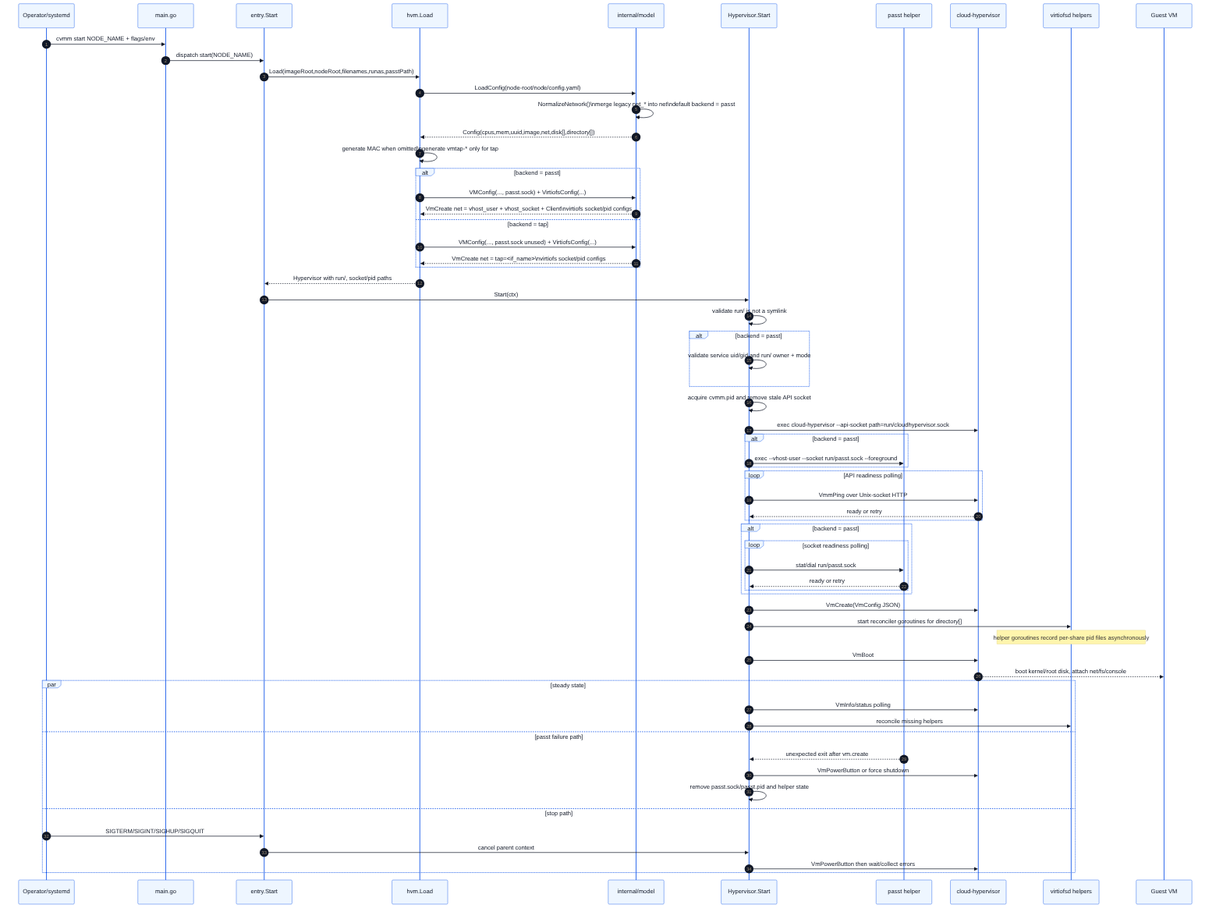
This is docs/diagrams/request-decision-flow.png from spi-ca/cvmm, a Mermaid export, as it was before one commit. Its source is kept beside it as docs/diagrams/request-decision-flow.mmd.
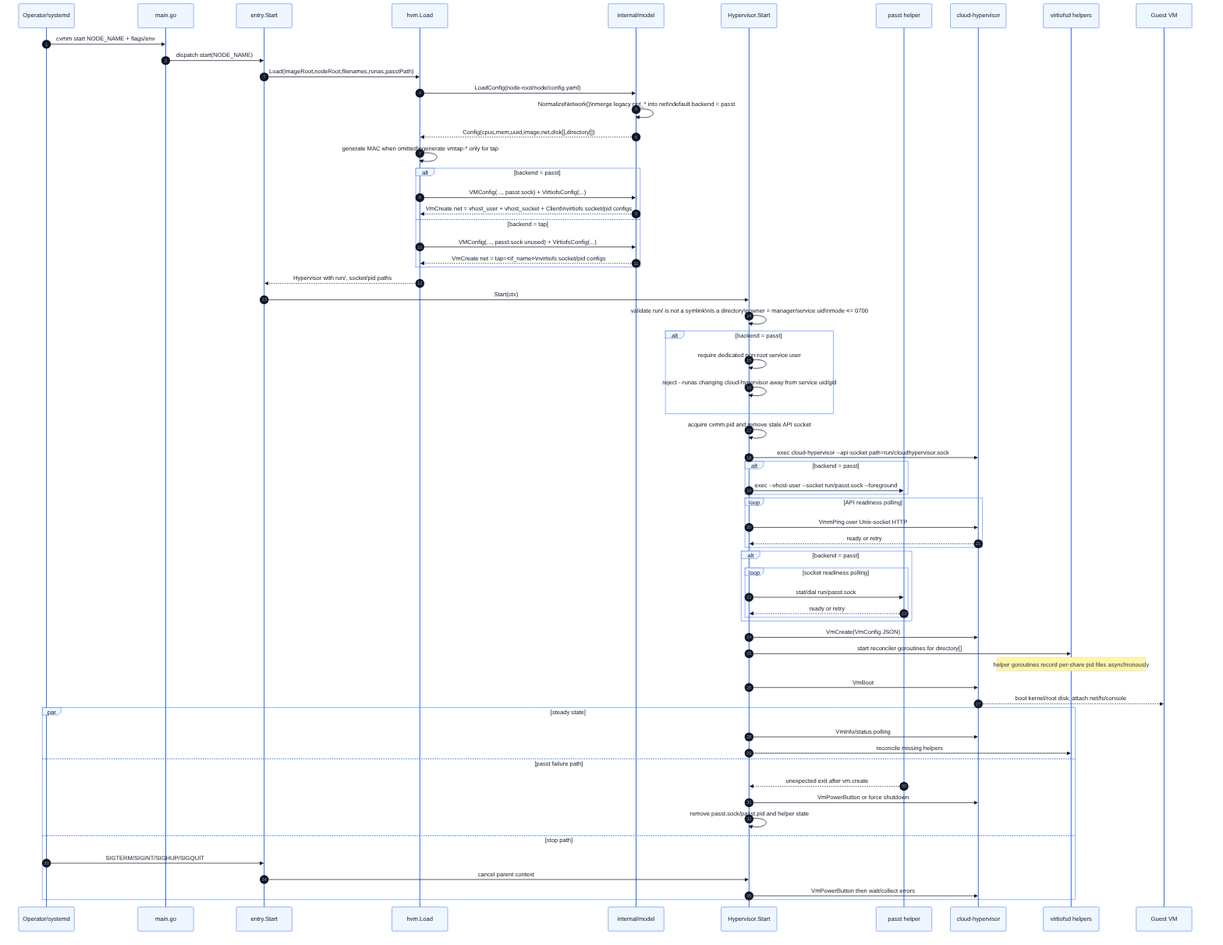
After the change.

What changed in the source:
```diff
@@ -27,9 +27,10 @@
     end
     Load-->>Entry: Hypervisor with run/, socket/pid paths
     Entry->>HV: Start(ctx)
-    HV->>HV: validate run/ is not a symlink
+    HV->>HV: validate run/ is not a symlink\nis a directory\nowner = manager/service uid\nmode <= 0700
     alt backend = passt
-        HV->>HV: validate service uid/gid and run/ owner + mode
+        HV->>HV: require dedicated non-root service user
+        HV->>HV: reject --runas changing cloud-hypervisor away from service uid/gid
     end
     HV->>HV: acquire cvmm.pid and remove stale API socket
     HV->>CH: exec cloud-hypervisor --api-socket path=run/cloudhypervisor.sock
```
